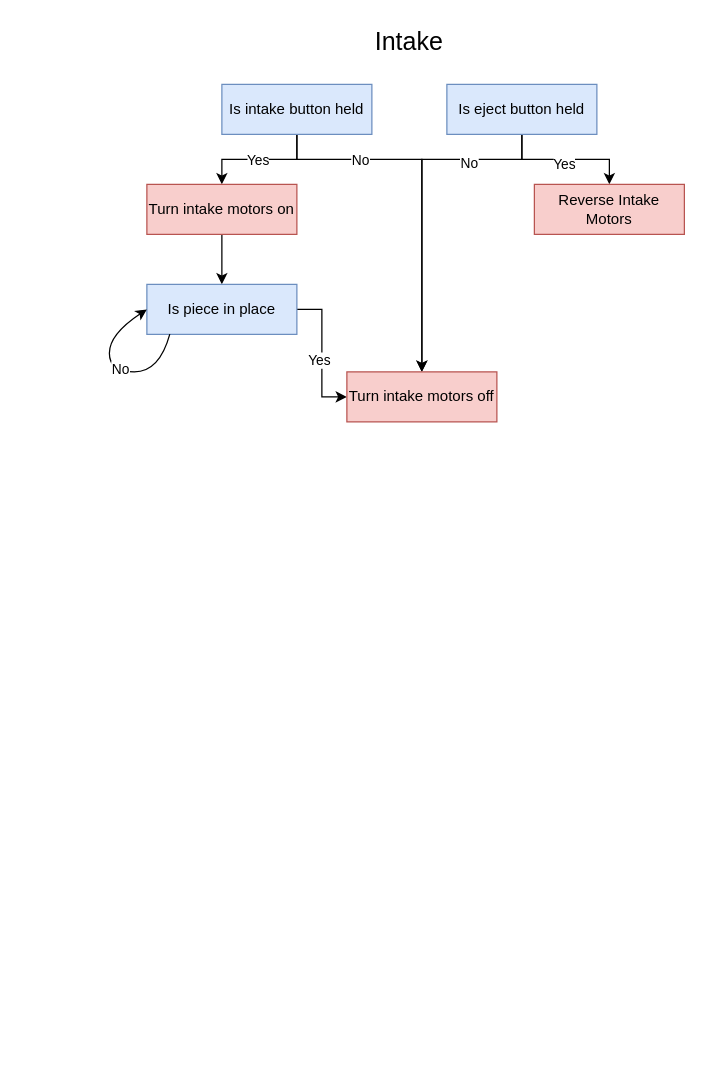
Above: docs/Flowcharts/Intake Diagram.drawio.xml in Trex4935/2025 (draw.io), before the change. Source tidied: cells renumbered, new cells numbered last; positions are measured from the earlier drawing's top-left corner, leaving out a move shared by most shapes. Both pictures are drawn from the tidied source at 125%, with x=0, y=0 at pixel (109, 21).
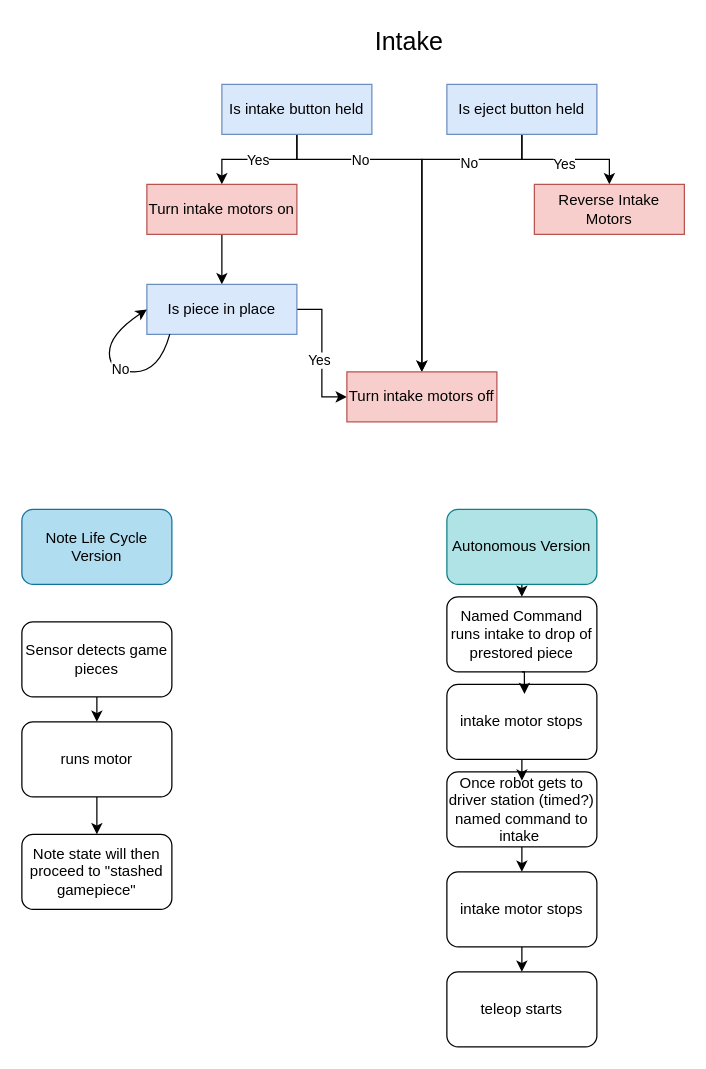
The same page after the edit.

Commit message (it also covers changes not shown here):
made V2 state machine flowchart and began making revisions on intake

The edit, as a diff of the source:
```diff
@@
+    <mxCell id="22" value="Note Life Cycle Version" style="rounded=1;whiteSpace=wrap;html=1;fillColor=#b1ddf0;strokeColor=#10739e;" parent="1" vertex="1">
+      <mxGeometry x="-70" y="390" width="120" height="60" as="geometry" />
+    </mxCell>
+    <mxCell id="23" style="edgeStyle=orthogonalEdgeStyle;rounded=0;jettySize=auto;html=1;exitX=0.5;exitY=1;exitDx=0;exitDy=0;entryX=0.5;entryY=0;entryDx=0;entryDy=0;" parent="1" edge="1" source="24" target="26">
+      <mxGeometry relative="1" as="geometry" />
+    </mxCell>
+    <mxCell id="24" value="Sensor detects game pieces" style="rounded=1;whiteSpace=wrap;html=1;" parent="1" vertex="1">
+      <mxGeometry x="-70" y="480" width="120" height="60" as="geometry" />
+    </mxCell>
+    <mxCell id="25" style="edgeStyle=orthogonalEdgeStyle;rounded=0;jettySize=auto;html=1;exitX=0.5;exitY=1;exitDx=0;exitDy=0;entryX=0.5;entryY=0;entryDx=0;entryDy=0;" parent="1" edge="1" source="26" target="27">
+      <mxGeometry relative="1" as="geometry" />
+    </mxCell>
+    <mxCell id="26" value="runs motor" style="rounded=1;whiteSpace=wrap;html=1;" parent="1" vertex="1">
+      <mxGeometry x="-70" y="560" width="120" height="60" as="geometry" />
+    </mxCell>
+    <mxCell id="27" value="Note state will then proceed to &quot;stashed gamepiece&quot;" style="rounded=1;whiteSpace=wrap;html=1;" parent="1" vertex="1">
+      <mxGeometry x="-70" y="650" width="120" height="60" as="geometry" />
+    </mxCell>
+    <mxCell id="28" style="edgeStyle=orthogonalEdgeStyle;rounded=0;jettySize=auto;html=1;exitX=0.5;exitY=1;exitDx=0;exitDy=0;entryX=0.5;entryY=0;entryDx=0;entryDy=0;" parent="1" edge="1" source="29" target="30">
+      <mxGeometry relative="1" as="geometry" />
+    </mxCell>
+    <mxCell id="29" value="Autonomous Version" style="rounded=1;whiteSpace=wrap;html=1;fillColor=#b0e3e6;strokeColor=#0e8088;" parent="1" vertex="1">
+      <mxGeometry x="270" y="390" width="120" height="60" as="geometry" />
+    </mxCell>
+    <mxCell id="30" value="Named Command runs intake to drop of prestored piece" style="rounded=1;whiteSpace=wrap;html=1;" parent="1" vertex="1">
+      <mxGeometry x="270" y="460" width="120" height="60" as="geometry" />
+    </mxCell>
+    <mxCell id="31" style="edgeStyle=orthogonalEdgeStyle;rounded=0;jettySize=auto;html=1;exitX=0.5;exitY=1;exitDx=0;exitDy=0;entryX=0.5;entryY=0;entryDx=0;entryDy=0;" parent="1" edge="1" source="32" target="35">
+      <mxGeometry relative="1" as="geometry" />
+    </mxCell>
+    <mxCell id="32" value="Once robot gets to driver station (timed?) named command to intake&amp;nbsp;" style="rounded=1;whiteSpace=wrap;html=1;" parent="1" vertex="1">
+      <mxGeometry x="270" y="600" width="120" height="60" as="geometry" />
+    </mxCell>
+    <mxCell id="33" value="intake motor stops" style="rounded=1;whiteSpace=wrap;html=1;" parent="1" vertex="1">
+      <mxGeometry x="270" y="530" width="120" height="60" as="geometry" />
+    </mxCell>
+    <mxCell id="34" style="edgeStyle=orthogonalEdgeStyle;rounded=0;jettySize=auto;html=1;exitX=0.5;exitY=1;exitDx=0;exitDy=0;entryX=0.5;entryY=0;entryDx=0;entryDy=0;" parent="1" edge="1" source="35" target="36">
+      <mxGeometry relative="1" as="geometry" />
+    </mxCell>
+    <mxCell id="35" value="intake motor stops" style="rounded=1;whiteSpace=wrap;html=1;" parent="1" vertex="1">
+      <mxGeometry x="270" y="680" width="120" height="60" as="geometry" />
+    </mxCell>
+    <mxCell id="36" value="teleop starts" style="rounded=1;whiteSpace=wrap;html=1;" parent="1" vertex="1">
+      <mxGeometry x="270" y="760" width="120" height="60" as="geometry" />
+    </mxCell>
+    <mxCell id="37" style="edgeStyle=orthogonalEdgeStyle;rounded=0;jettySize=auto;html=1;exitX=0.5;exitY=1;exitDx=0;exitDy=0;entryX=0.517;entryY=0.128;entryDx=0;entryDy=0;entryPerimeter=0;" parent="1" edge="1" source="30" target="33">
+      <mxGeometry relative="1" as="geometry" />
+    </mxCell>
+    <mxCell id="38" style="edgeStyle=orthogonalEdgeStyle;rounded=0;jettySize=auto;html=1;exitX=0.5;exitY=1;exitDx=0;exitDy=0;entryX=0.5;entryY=0.117;entryDx=0;entryDy=0;entryPerimeter=0;" parent="1" edge="1" source="33" target="32">
+      <mxGeometry relative="1" as="geometry" />
+    </mxCell>
```
